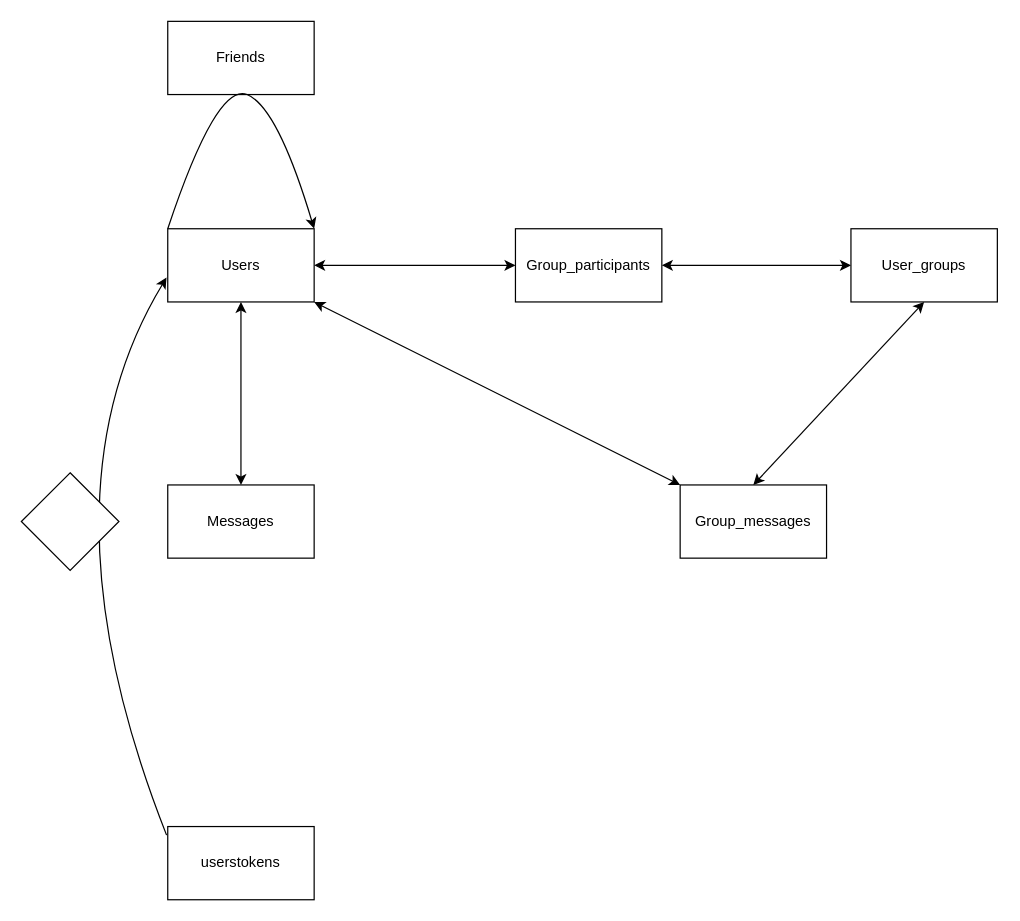
Above: documentation/model-entity-relational.drawio in Luis4609/Chat-App (draw.io), before the change. Source tidied: cells renumbered, new cells numbered last; positions are measured from the earlier drawing's top-left corner, leaving out a move shared by most shapes. Both pictures are drawn from the tidied source at 122%, with x=0, y=0 at pixel (21, 21).
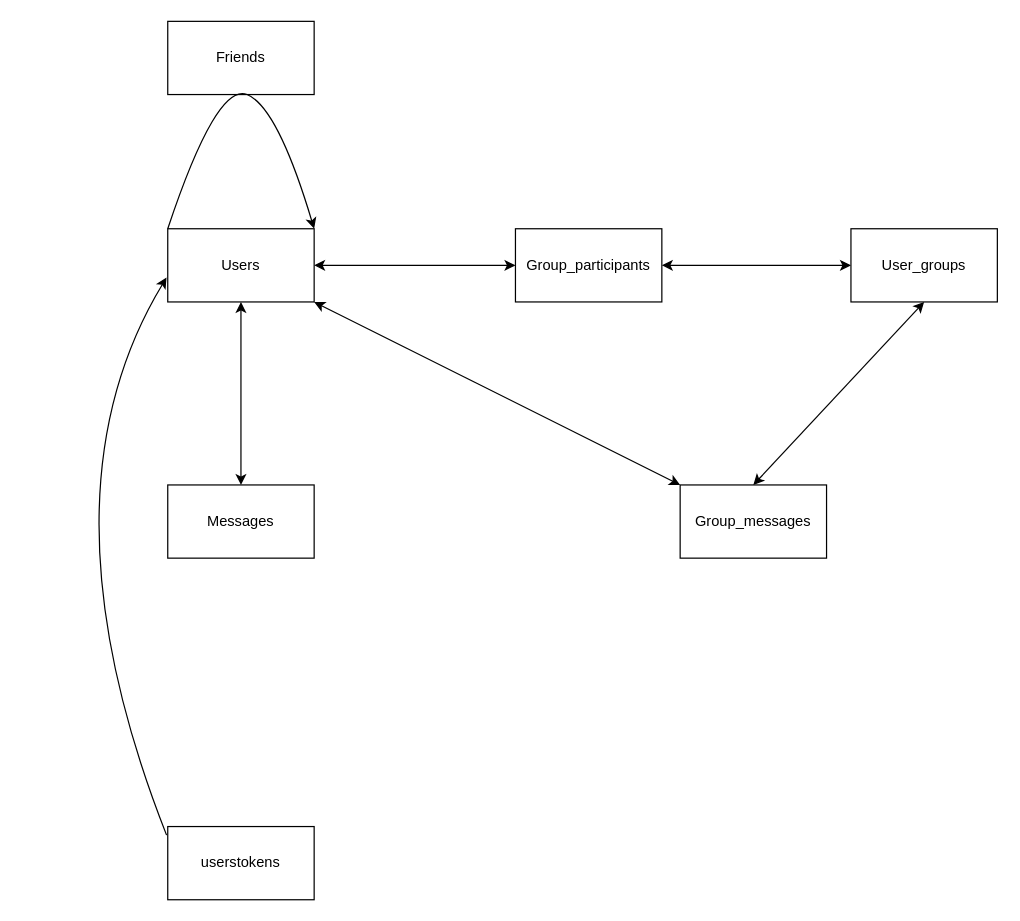
The same page after the edit.

The edit, as a diff of the source:
```diff
@@
-    <mxCell id="11" style="rhombus;whiteSpace=wrap;html=1;" parent="1" vertex="1">
-      <mxGeometry y="370" width="80" height="80" as="geometry" />
-    </mxCell>
```
